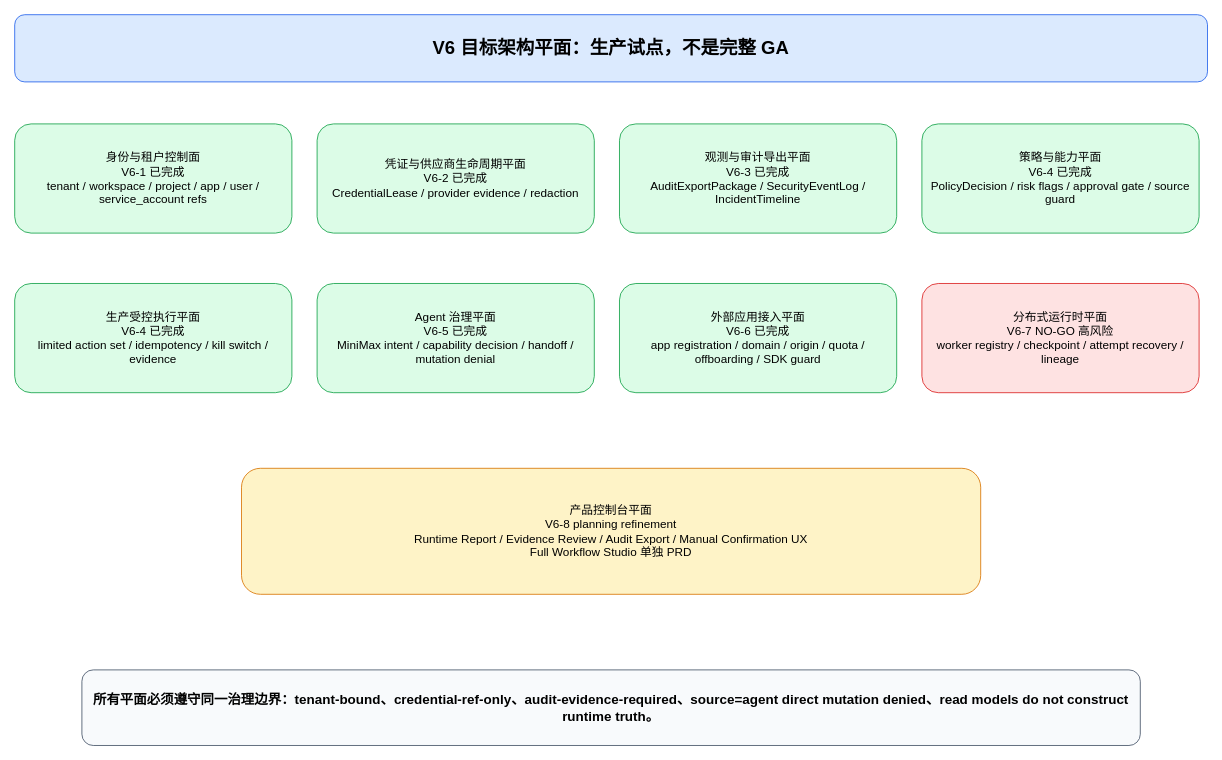
Before: page "03 V6 目标架构平面" (3 of 8) of harnessOS/docs/design/V6.x/v6_current_gap_analysis.drawio in ljx418/meeting-voice-assistant, a draw.io diagram. Source tidied: cells renumbered, new cells numbered last; positions are measured from the earlier drawing's top-left corner, leaving out a move shared by most shapes. Both pictures are drawn from the tidied source at 84%, with x=0, y=0 at pixel (14, 14).
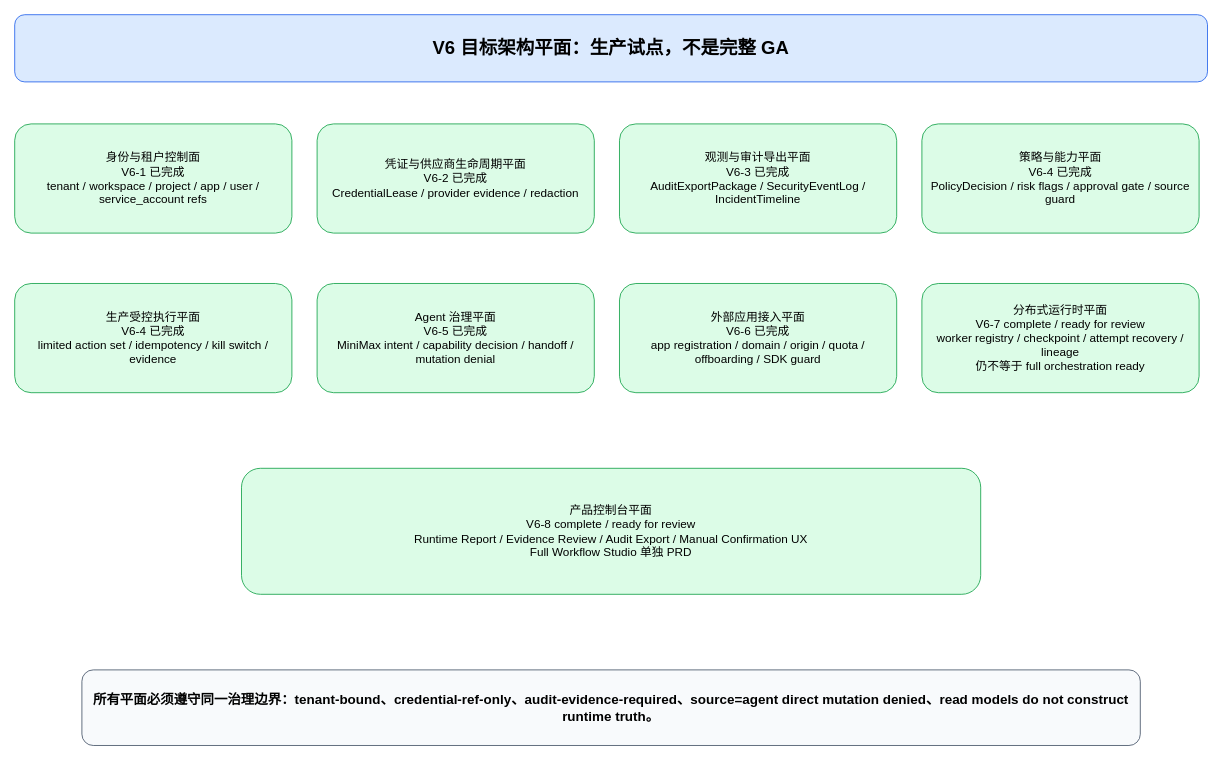
Above is the later version.

What changed in the source:
```diff
@@
 <mxGraphModel>
   <root>
     <mxCell id="0" />
     <mxCell id="1" parent="0" />
     <mxCell id="2" value="V6 目标架构平面：生产试点，不是完整 GA" style="rounded=1;whiteSpace=wrap;html=1;fillColor=#dbeafe;strokeColor=#2563eb;fontSize=22;fontStyle=1;align=center;" parent="1" vertex="1">
       <mxGeometry width="1420" height="80" as="geometry" />
     </mxCell>
     <mxCell id="3" value="身份与租户控制面&#10;V6-1 已完成&#10;tenant / workspace / project / app / user / service_account refs" style="rounded=1;whiteSpace=wrap;html=1;fillColor=#dcfce7;strokeColor=#16a34a;fontSize=14;" parent="1" vertex="1">
       <mxGeometry y="130" width="330" height="130" as="geometry" />
     </mxCell>
     <mxCell id="4" value="凭证与供应商生命周期平面&#10;V6-2 已完成&#10;CredentialLease / provider evidence / redaction" style="rounded=1;whiteSpace=wrap;html=1;fillColor=#dcfce7;strokeColor=#16a34a;fontSize=14;" parent="1" vertex="1">
       <mxGeometry x="360" y="130" width="330" height="130" as="geometry" />
     </mxCell>
     <mxCell id="5" value="观测与审计导出平面&#10;V6-3 已完成&#10;AuditExportPackage / SecurityEventLog / IncidentTimeline" style="rounded=1;whiteSpace=wrap;html=1;fillColor=#dcfce7;strokeColor=#16a34a;fontSize=14;" parent="1" vertex="1">
       <mxGeometry x="720" y="130" width="330" height="130" as="geometry" />
     </mxCell>
     <mxCell id="6" value="策略与能力平面&#10;V6-4 已完成&#10;PolicyDecision / risk flags / approval gate / source guard" style="rounded=1;whiteSpace=wrap;html=1;fillColor=#dcfce7;strokeColor=#16a34a;fontSize=14;" parent="1" vertex="1">
       <mxGeometry x="1080" y="130" width="330" height="130" as="geometry" />
     </mxCell>
     <mxCell id="7" value="生产受控执行平面&#10;V6-4 已完成&#10;limited action set / idempotency / kill switch / evidence" style="rounded=1;whiteSpace=wrap;html=1;fillColor=#dcfce7;strokeColor=#16a34a;fontSize=14;" parent="1" vertex="1">
       <mxGeometry y="320" width="330" height="130" as="geometry" />
     </mxCell>
     <mxCell id="8" value="Agent 治理平面&#10;V6-5 已完成&#10;MiniMax intent / capability decision / handoff / mutation denial" style="rounded=1;whiteSpace=wrap;html=1;fillColor=#dcfce7;strokeColor=#16a34a;fontSize=14;" parent="1" vertex="1">
       <mxGeometry x="360" y="320" width="330" height="130" as="geometry" />
     </mxCell>
     <mxCell id="9" value="外部应用接入平面&#10;V6-6 已完成&#10;app registration / domain / origin / quota / offboarding / SDK guard" style="rounded=1;whiteSpace=wrap;html=1;fillColor=#dcfce7;strokeColor=#16a34a;fontSize=14;" parent="1" vertex="1">
       <mxGeometry x="720" y="320" width="330" height="130" as="geometry" />
     </mxCell>
-    <mxCell id="10" value="分布式运行时平面&#10;V6-7 NO-GO 高风险&#10;worker registry / checkpoint / attempt recovery / lineage" style="rounded=1;whiteSpace=wrap;html=1;fillColor=#fee2e2;strokeColor=#dc2626;fontSize=14;" parent="1" vertex="1">
+    <mxCell id="10" value="分布式运行时平面&#10;V6-7 complete / ready for review&#10;worker registry / checkpoint / attempt recovery / lineage&#10;仍不等于 full orchestration ready" style="rounded=1;whiteSpace=wrap;html=1;fillColor=#dcfce7;strokeColor=#16a34a;fontSize=14;" parent="1" vertex="1">
       <mxGeometry x="1080" y="320" width="330" height="130" as="geometry" />
     </mxCell>
-    <mxCell id="11" value="产品控制台平面&#10;V6-8 planning refinement&#10;Runtime Report / Evidence Review / Audit Export / Manual Confirmation UX&#10;Full Workflow Studio 单独 PRD" style="rounded=1;whiteSpace=wrap;html=1;fillColor=#fef3c7;strokeColor=#d97706;fontSize=14;" parent="1" vertex="1">
+    <mxCell id="11" value="产品控制台平面&#10;V6-8 complete / ready for review&#10;Runtime Report / Evidence Review / Audit Export / Manual Confirmation UX&#10;Full Workflow Studio 单独 PRD" style="rounded=1;whiteSpace=wrap;html=1;fillColor=#dcfce7;strokeColor=#16a34a;fontSize=14;" parent="1" vertex="1">
       <mxGeometry x="270" y="540" width="880" height="150" as="geometry" />
     </mxCell>
     <mxCell id="12" value="所有平面必须遵守同一治理边界：tenant-bound、credential-ref-only、audit-evidence-required、source=agent direct mutation denied、read models do not construct runtime truth。" style="rounded=1;whiteSpace=wrap;html=1;fillColor=#f8fafc;strokeColor=#475569;fontSize=16;fontStyle=1;align=center;" parent="1" vertex="1">
       <mxGeometry x="80" y="780" width="1260" height="90" as="geometry" />
     </mxCell>
   </root>
 </mxGraphModel>
```
